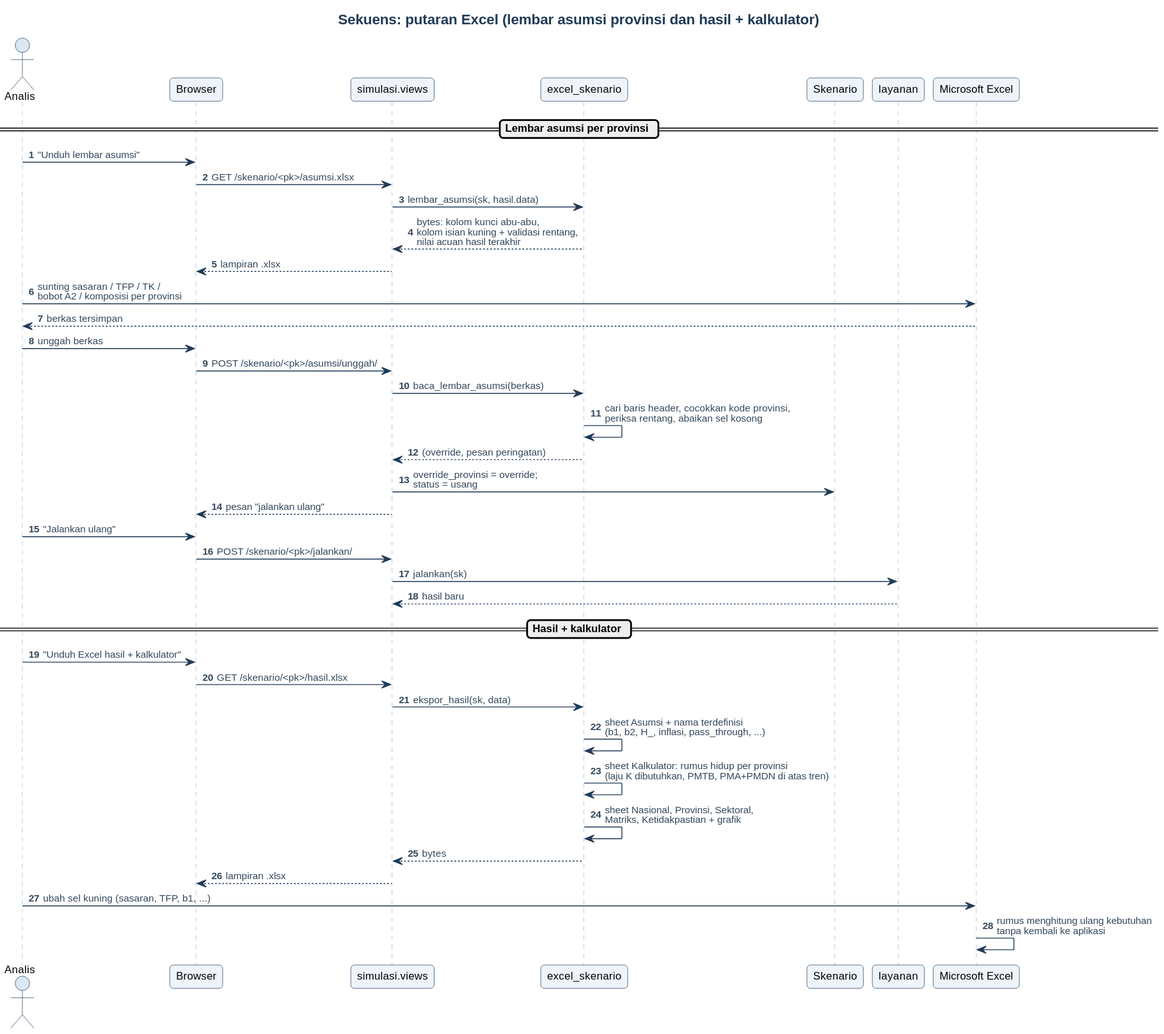
Before: 02 Code/Simulator-Investasi/docs/uml/svg/07_sekuens_excel.svg, a diagram exported from PlantUML (Atha-Mawardi/RDSI_Kemeninves). The source it was exported from:
```plantuml
@startuml
!include _gaya.iuml
title Sekuens: putaran Excel (lembar asumsi provinsi dan hasil + kalkulator)
autonumber

actor "Analis" as U
participant "Browser" as B
participant "simulasi.views" as V
participant "excel_skenario" as X
participant "Skenario" as S
participant "layanan" as L
participant "Microsoft Excel" as XL

== Lembar asumsi per provinsi ==
U -> B : "Unduh lembar asumsi"
B -> V : GET /skenario/<pk>/asumsi.xlsx
V -> X : lembar_asumsi(sk, hasil.data)
X --> V : bytes: kolom kunci abu-abu,\nkolom isian kuning + validasi rentang,\nnilai acuan hasil terakhir
V --> B : lampiran .xlsx
U -> XL : sunting sasaran / TFP / TK /\nbobot A2 / komposisi per provinsi
XL --> U : berkas tersimpan
U -> B : unggah berkas
B -> V : POST /skenario/<pk>/asumsi/unggah/
V -> X : baca_lembar_asumsi(berkas)
X -> X : cari baris header, cocokkan kode provinsi,\nperiksa rentang, abaikan sel kosong
X --> V : (override, pesan peringatan)
V -> S : override_provinsi = override;\nstatus = usang
V --> B : pesan "jalankan ulang"
U -> B : "Jalankan ulang"
B -> V : POST /skenario/<pk>/jalankan/
V -> L : jalankan(sk)
L --> V : hasil baru

== Hasil + kalkulator ==
U -> B : "Unduh Excel hasil + kalkulator"
B -> V : GET /skenario/<pk>/hasil.xlsx
V -> X : ekspor_hasil(sk, data)
X -> X : sheet Asumsi + nama terdefinisi\n(b1, b2, H_, inflasi, pass_through, ...)
X -> X : sheet Kalkulator: rumus hidup per provinsi\n(laju K dibutuhkan, PMTB, PMA+PMDN di atas tren)
X -> X : sheet Nasional, Provinsi, Sektoral,\nMatriks, Ketidakpastian + grafik
X --> V : bytes
V --> B : lampiran .xlsx
U -> XL : ubah sel kuning (sasaran, TFP, b1, ...)
XL -> XL : rumus menghitung ulang kebutuhan\ntanpa kembali ke aplikasi
@enduml
```
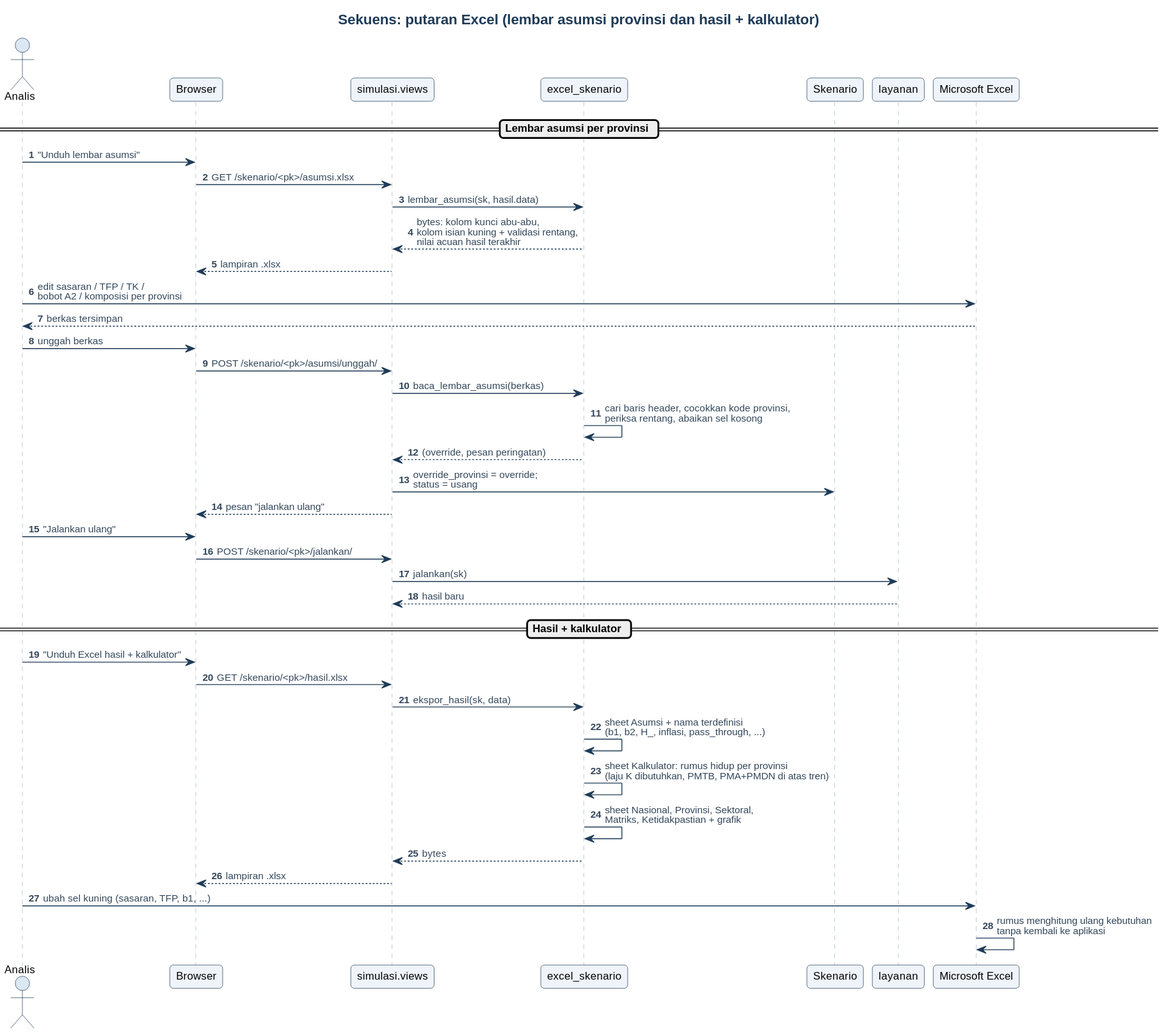
Later version of the same file.

Change to the diagram source:
```diff
@@ -17,7 +17,7 @@
 V -> X : lembar_asumsi(sk, hasil.data)
 X --> V : bytes: kolom kunci abu-abu,\nkolom isian kuning + validasi rentang,\nnilai acuan hasil terakhir
 V --> B : lampiran .xlsx
-U -> XL : sunting sasaran / TFP / TK /\nbobot A2 / komposisi per provinsi
+U -> XL : edit sasaran / TFP / TK /\nbobot A2 / komposisi per provinsi
 XL --> U : berkas tersimpan
 U -> B : unggah berkas
 B -> V : POST /skenario/<pk>/asumsi/unggah/
```
